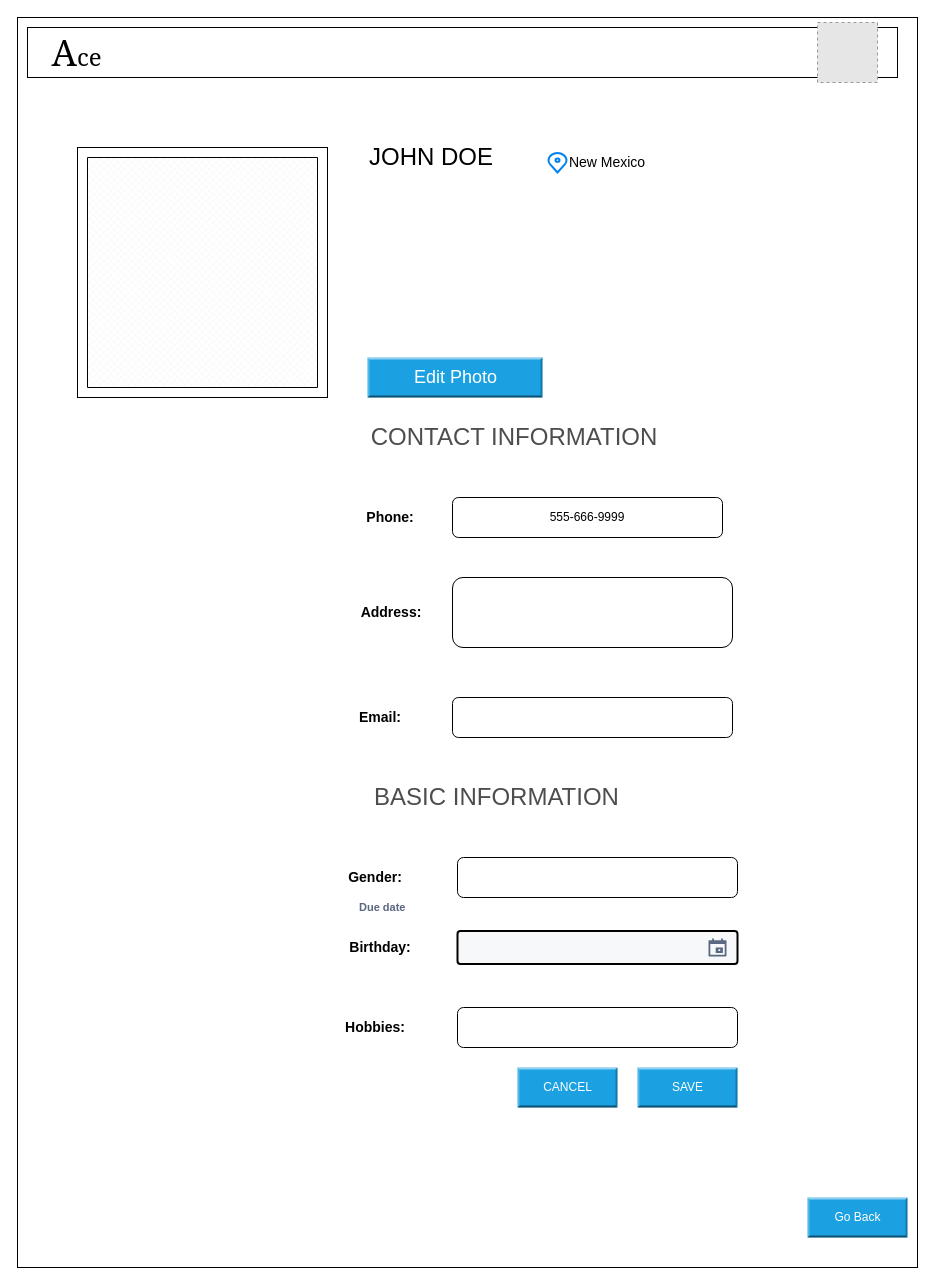
Earlier version of the draw.io diagram EditProfile.drawio (opeyemi-jonah/Ace-challenge). Source tidied: cells renumbered, new cells numbered last; positions are measured from the earlier drawing's top-left corner, leaving out a move shared by most shapes. Both pictures are drawn from the tidied source at 100%, with x=0, y=0 at pixel (17, 17). Pictures stored in the file or linked from it are replaced by grey dashed boxes.
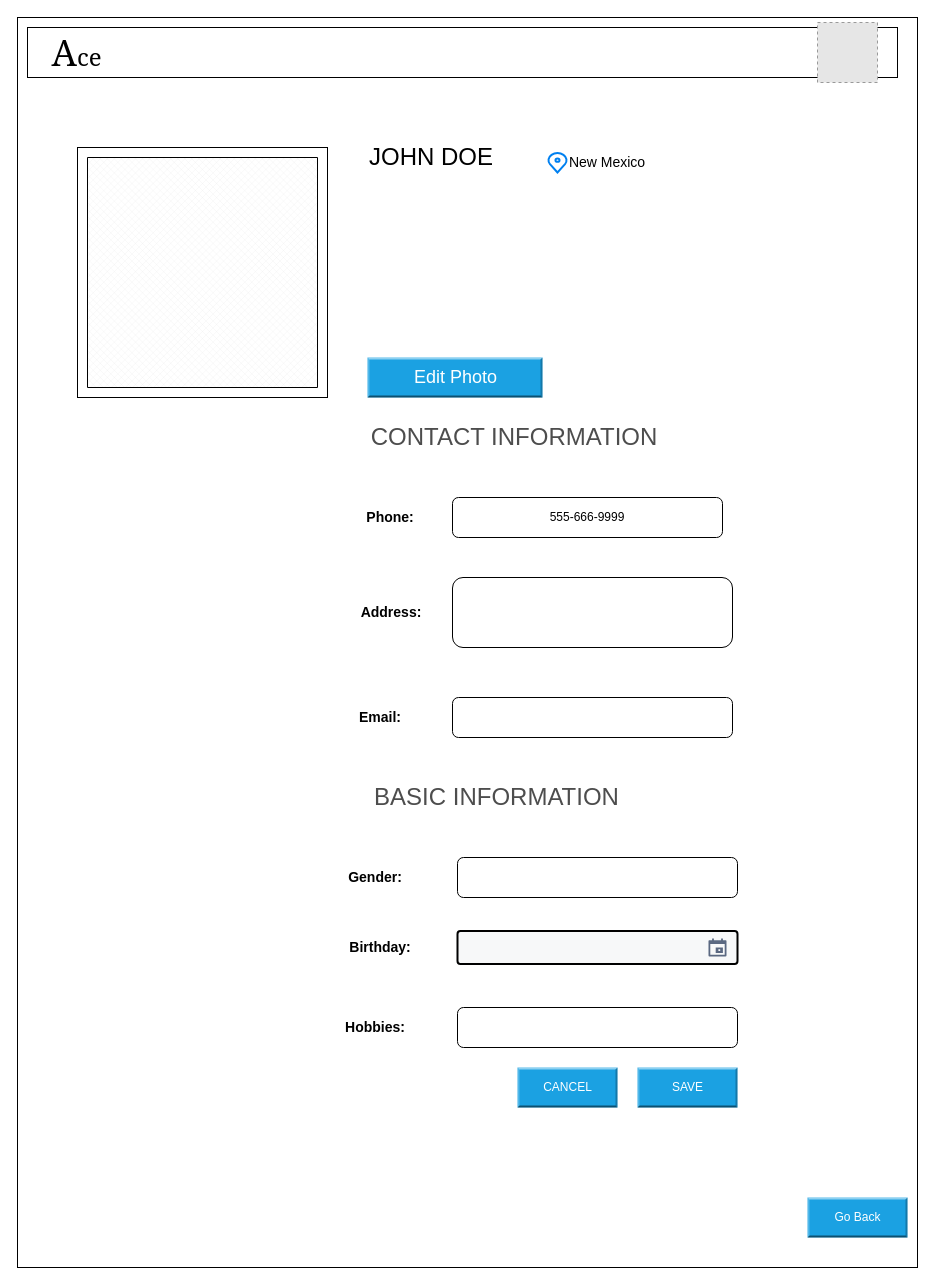
After the change.

Commit message:
misplaced label deleted

The edit, as a diff of the source:
```diff
@@
-    <mxCell id="29" value="Due date" style="fillColor=none;strokeColor=none;html=1;fontSize=11;fontStyle=0;align=left;fontColor=#596780;fontStyle=1;fontSize=11;" parent="1" vertex="1">
-      <mxGeometry x="340" y="880" width="240" height="20" as="geometry" />
-    </mxCell>
```
